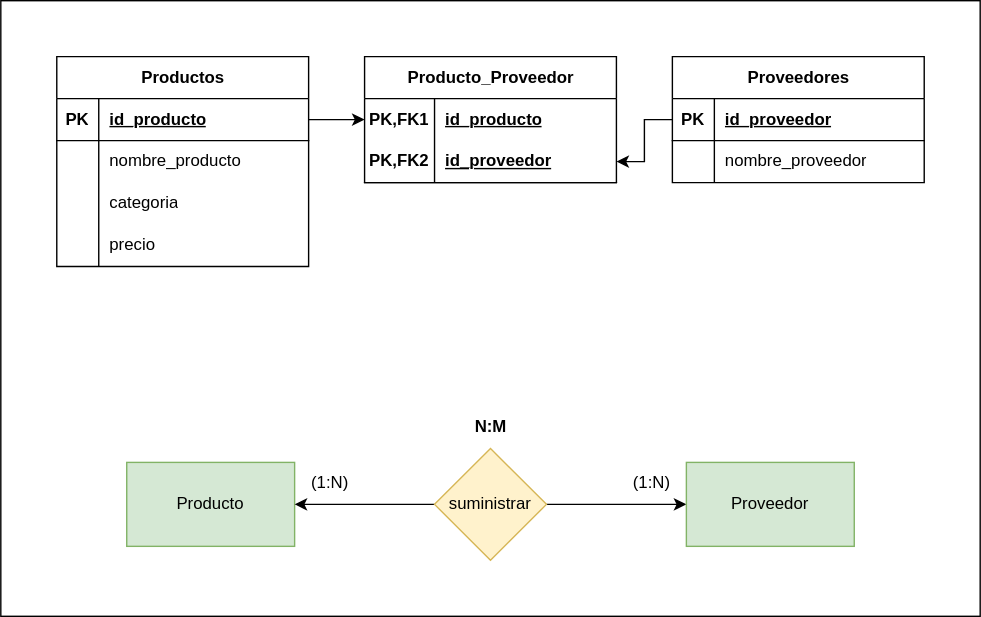
This is DAW/BAE/Unidad-2/Tarea-6/Assets/Diagrams/Exported/lista_de_productos.drawio.svg from FJrodafo/University, a draw.io export, as it was before one commit. Source tidied: cells renumbered, new cells last; positions are measured from the earlier drawing's top-left corner, leaving out a move shared by most shapes.
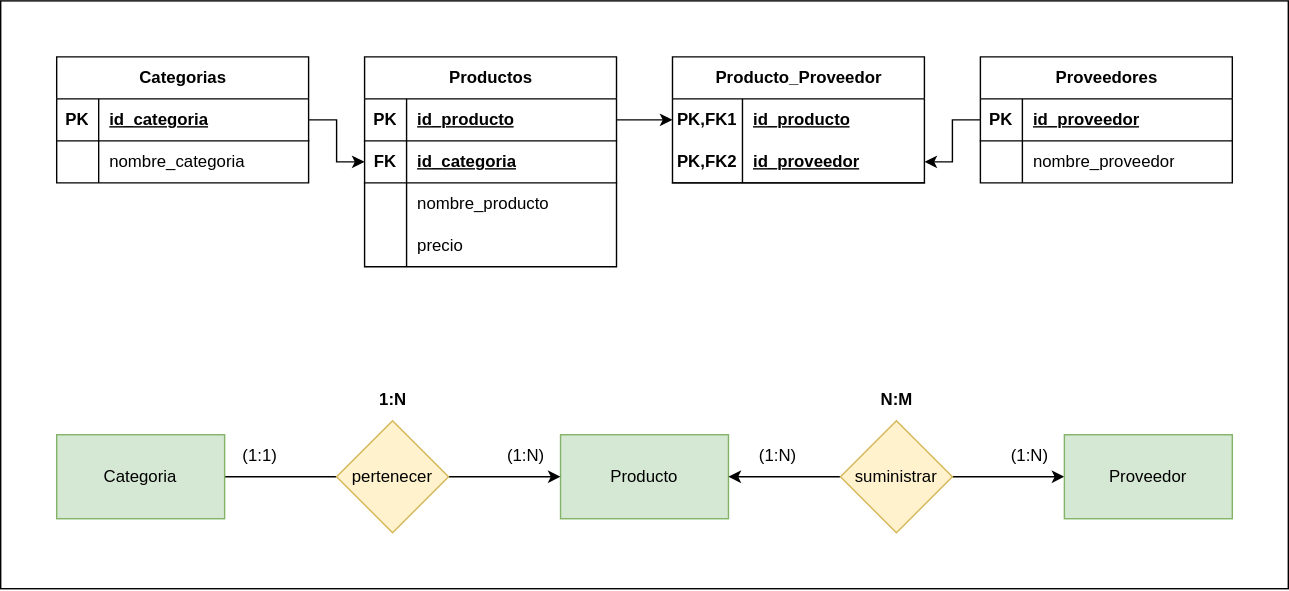
Later version of the same file.

Diff of the diagram source:
```diff
@@ -2,29 +2,29 @@
   <root>
     <mxCell id="0" />
     <mxCell id="1" parent="0" />
-    <mxCell id="2" style="group;" parent="1" vertex="1">
-      <mxGeometry width="700" height="440" as="geometry" />
-    </mxCell>
-    <mxCell id="3" style="rounded=0;whiteSpace=wrap;html=1;" parent="2" vertex="1">
-      <mxGeometry width="700" height="440" as="geometry" />
-    </mxCell>
+    <mxCell id="41" style="group;" parent="1" vertex="1">
+      <mxGeometry width="920" height="420" as="geometry" />
+    </mxCell>
+    <mxCell id="42" style="rounded=0;whiteSpace=wrap;html=1;" parent="41" vertex="1">
+      <mxGeometry width="920" height="420" as="geometry" />
+    </mxCell>
-    <mxCell id="4" value="Producto" style="rounded=0;whiteSpace=wrap;html=1;fillColor=#d5e8d4;strokeColor=#82b366;" parent="2" vertex="1">
-      <mxGeometry x="90" y="330" width="120" height="60" as="geometry" />
+    <mxCell id="4" value="Producto" style="rounded=0;whiteSpace=wrap;html=1;fillColor=#d5e8d4;strokeColor=#82b366;" parent="41" vertex="1">
+      <mxGeometry x="400" y="310" width="120" height="60" as="geometry" />
     </mxCell>
-    <mxCell id="5" style="edgeStyle=orthogonalEdgeStyle;rounded=0;jettySize=auto;html=1;exitX=0;exitY=0.5;exitDx=0;exitDy=0;entryX=1;entryY=0.5;entryDx=0;entryDy=0;" parent="2" edge="1" source="7" target="4">
+    <mxCell id="5" style="edgeStyle=orthogonalEdgeStyle;rounded=0;jettySize=auto;html=1;exitX=0;exitY=0.5;exitDx=0;exitDy=0;entryX=1;entryY=0.5;entryDx=0;entryDy=0;" parent="41" edge="1" source="7" target="4">
       <mxGeometry relative="1" as="geometry" />
     </mxCell>
-    <mxCell id="6" style="edgeStyle=orthogonalEdgeStyle;rounded=0;jettySize=auto;html=1;exitX=1;exitY=0.5;exitDx=0;exitDy=0;entryX=0;entryY=0.5;entryDx=0;entryDy=0;" parent="2" edge="1" source="7" target="8">
+    <mxCell id="6" style="edgeStyle=orthogonalEdgeStyle;rounded=0;jettySize=auto;html=1;exitX=1;exitY=0.5;exitDx=0;exitDy=0;entryX=0;entryY=0.5;entryDx=0;entryDy=0;" parent="41" edge="1" source="7" target="8">
       <mxGeometry relative="1" as="geometry" />
     </mxCell>
-    <mxCell id="7" value="suministrar" style="rhombus;whiteSpace=wrap;html=1;fillColor=#fff2cc;strokeColor=#d6b656;" parent="2" vertex="1">
-      <mxGeometry x="310" y="320" width="80" height="80" as="geometry" />
+    <mxCell id="7" value="suministrar" style="rhombus;whiteSpace=wrap;html=1;fillColor=#fff2cc;strokeColor=#d6b656;" parent="41" vertex="1">
+      <mxGeometry x="600" y="300" width="80" height="80" as="geometry" />
     </mxCell>
-    <mxCell id="8" value="Proveedor" style="rounded=0;whiteSpace=wrap;html=1;fillColor=#d5e8d4;strokeColor=#82b366;" parent="2" vertex="1">
-      <mxGeometry x="490" y="330" width="120" height="60" as="geometry" />
+    <mxCell id="8" value="Proveedor" style="rounded=0;whiteSpace=wrap;html=1;fillColor=#d5e8d4;strokeColor=#82b366;" parent="41" vertex="1">
+      <mxGeometry x="760" y="310" width="120" height="60" as="geometry" />
     </mxCell>
-    <mxCell id="9" value="Productos" style="shape=table;startSize=30;rowLines=0;fontStyle=1;align=center;html=1;" parent="2" vertex="1">
-      <mxGeometry x="40" y="40" width="180" height="150" as="geometry" />
+    <mxCell id="9" value="Productos" style="shape=table;startSize=30;rowLines=0;fontStyle=1;align=center;html=1;" parent="41" vertex="1">
+      <mxGeometry x="260" y="40" width="180" height="150" as="geometry" />
     </mxCell>
     <mxCell id="10" style="shape=tableRow;horizontal=0;startSize=0;swimlaneHead=0;swimlaneBody=0;fillColor=none;points=[[0,0.5],[1,0.5]];portConstraint=eastwest;top=0;left=0;right=0;bottom=1;" parent="9" vertex="1">
       <mxGeometry y="30" width="180" height="30" as="geometry" />
@@ -35,8 +35,17 @@
     <mxCell id="12" value="id_producto" style="shape=partialRectangle;fillColor=none;top=0;left=0;bottom=0;right=0;align=left;spacingLeft=6;fontStyle=5;overflow=hidden;whiteSpace=wrap;html=1;" parent="10" vertex="1">
       <mxGeometry x="30" width="150" height="30" as="geometry" />
     </mxCell>
+    <mxCell id="43" style="shape=tableRow;horizontal=0;startSize=0;swimlaneHead=0;swimlaneBody=0;fillColor=none;points=[[0,0.5],[1,0.5]];portConstraint=eastwest;top=0;left=0;right=0;bottom=1;" parent="9" vertex="1">
+      <mxGeometry y="60" width="180" height="30" as="geometry" />
+    </mxCell>
+    <mxCell id="44" value="FK" style="shape=partialRectangle;fillColor=none;top=0;left=0;bottom=0;right=0;fontStyle=1;overflow=hidden;whiteSpace=wrap;html=1;" parent="43" vertex="1">
+      <mxGeometry width="30" height="30" as="geometry" />
+    </mxCell>
+    <mxCell id="45" value="id_categoria" style="shape=partialRectangle;fillColor=none;top=0;left=0;bottom=0;right=0;align=left;spacingLeft=6;fontStyle=5;overflow=hidden;whiteSpace=wrap;html=1;" parent="43" vertex="1">
+      <mxGeometry x="30" width="150" height="30" as="geometry" />
+    </mxCell>
     <mxCell id="13" style="shape=tableRow;horizontal=0;startSize=0;swimlaneHead=0;swimlaneBody=0;fillColor=none;top=0;left=0;right=0;bottom=0;" parent="9" vertex="1">
-      <mxGeometry y="60" width="180" height="30" as="geometry" />
+      <mxGeometry y="90" width="180" height="30" as="geometry" />
     </mxCell>
     <mxCell id="14" style="shape=partialRectangle;fillColor=none;top=0;left=0;bottom=0;right=0;overflow=hidden;whiteSpace=wrap;html=1;" parent="13" vertex="1">
       <mxGeometry width="30" height="30" as="geometry" />
@@ -44,15 +53,6 @@
     <mxCell id="15" value="nombre_producto" style="shape=partialRectangle;fillColor=none;top=0;left=0;bottom=0;right=0;align=left;spacingLeft=6;overflow=hidden;whiteSpace=wrap;html=1;" parent="13" vertex="1">
       <mxGeometry x="30" width="150" height="30" as="geometry" />
     </mxCell>
-    <mxCell id="16" style="shape=tableRow;horizontal=0;startSize=0;swimlaneHead=0;swimlaneBody=0;fillColor=none;top=0;left=0;right=0;bottom=0;" parent="9" vertex="1">
-      <mxGeometry y="90" width="180" height="30" as="geometry" />
-    </mxCell>
-    <mxCell id="17" style="shape=partialRectangle;fillColor=none;top=0;left=0;bottom=0;right=0;overflow=hidden;whiteSpace=wrap;html=1;" parent="16" vertex="1">
-      <mxGeometry width="30" height="30" as="geometry" />
-    </mxCell>
-    <mxCell id="18" value="categoria" style="shape=partialRectangle;fillColor=none;top=0;left=0;bottom=0;right=0;align=left;spacingLeft=6;overflow=hidden;whiteSpace=wrap;html=1;" parent="16" vertex="1">
-      <mxGeometry x="30" width="150" height="30" as="geometry" />
-    </mxCell>
     <mxCell id="19" style="shape=tableRow;horizontal=0;startSize=0;swimlaneHead=0;swimlaneBody=0;fillColor=none;top=0;left=0;right=0;bottom=0;" parent="9" vertex="1">
       <mxGeometry y="120" width="180" height="30" as="geometry" />
     </mxCell>
@@ -62,17 +62,17 @@
     <mxCell id="21" value="precio" style="shape=partialRectangle;fillColor=none;top=0;left=0;bottom=0;right=0;align=left;spacingLeft=6;overflow=hidden;whiteSpace=wrap;html=1;" parent="19" vertex="1">
       <mxGeometry x="30" width="150" height="30" as="geometry" />
     </mxCell>
-    <mxCell id="22" value="(1:N)" style="text;html=1;align=center;verticalAlign=middle;strokeColor=none;fillColor=none;" parent="2" vertex="1">
-      <mxGeometry x="440" y="330" width="50" height="30" as="geometry" />
+    <mxCell id="22" value="(1:N)" style="text;html=1;align=center;verticalAlign=middle;strokeColor=none;fillColor=none;" parent="41" vertex="1">
+      <mxGeometry x="710" y="310" width="50" height="30" as="geometry" />
     </mxCell>
-    <mxCell id="23" value="(1:N)" style="text;html=1;align=center;verticalAlign=middle;strokeColor=none;fillColor=none;" parent="2" vertex="1">
-      <mxGeometry x="210" y="330" width="50" height="30" as="geometry" />
+    <mxCell id="23" value="(1:N)" style="text;html=1;align=center;verticalAlign=middle;strokeColor=none;fillColor=none;" parent="41" vertex="1">
+      <mxGeometry x="530" y="310" width="50" height="30" as="geometry" />
     </mxCell>
-    <mxCell id="24" value="N:M" style="text;html=1;align=center;verticalAlign=middle;strokeColor=none;fillColor=none;fontStyle=1;" parent="2" vertex="1">
-      <mxGeometry x="325" y="290" width="50" height="30" as="geometry" />
+    <mxCell id="24" value="N:M" style="text;html=1;align=center;verticalAlign=middle;strokeColor=none;fillColor=none;fontStyle=1;" parent="41" vertex="1">
+      <mxGeometry x="615" y="270" width="50" height="30" as="geometry" />
     </mxCell>
-    <mxCell id="25" value="Producto_Proveedor" style="shape=table;startSize=30;rowLines=0;fontStyle=1;align=center;html=1;" parent="2" vertex="1">
-      <mxGeometry x="260" y="40" width="180" height="90" as="geometry" />
+    <mxCell id="25" value="Producto_Proveedor" style="shape=table;startSize=30;rowLines=0;fontStyle=1;align=center;html=1;" parent="41" vertex="1">
+      <mxGeometry x="480" y="40" width="180" height="90" as="geometry" />
     </mxCell>
     <mxCell id="26" style="shape=tableRow;horizontal=0;startSize=0;swimlaneHead=0;swimlaneBody=0;fillColor=none;points=[[0,0.5],[1,0.5]];portConstraint=eastwest;top=0;left=0;right=0;bottom=0;" parent="25" vertex="1">
       <mxGeometry y="30" width="180" height="30" as="geometry" />
@@ -92,8 +92,8 @@
     <mxCell id="31" value="id_proveedor" style="shape=partialRectangle;fillColor=none;top=0;left=0;bottom=0;right=0;align=left;spacingLeft=6;fontStyle=5;overflow=hidden;whiteSpace=wrap;html=1;" parent="29" vertex="1">
       <mxGeometry x="50" width="130" height="30" as="geometry" />
     </mxCell>
-    <mxCell id="32" value="Proveedores" style="shape=table;startSize=30;rowLines=0;fontStyle=1;align=center;html=1;" parent="2" vertex="1">
-      <mxGeometry x="480" y="40" width="180" height="90" as="geometry" />
+    <mxCell id="32" value="Proveedores" style="shape=table;startSize=30;rowLines=0;fontStyle=1;align=center;html=1;" parent="41" vertex="1">
+      <mxGeometry x="700" y="40" width="180" height="90" as="geometry" />
     </mxCell>
     <mxCell id="33" style="shape=tableRow;horizontal=0;startSize=0;swimlaneHead=0;swimlaneBody=0;fillColor=none;points=[[0,0.5],[1,0.5]];portConstraint=eastwest;top=0;left=0;right=0;bottom=1;" parent="32" vertex="1">
       <mxGeometry y="30" width="180" height="30" as="geometry" />
@@ -113,11 +113,56 @@
     <mxCell id="38" value="nombre_proveedor" style="shape=partialRectangle;fillColor=none;top=0;left=0;bottom=0;right=0;align=left;spacingLeft=6;overflow=hidden;whiteSpace=wrap;html=1;" parent="36" vertex="1">
       <mxGeometry x="30" width="150" height="30" as="geometry" />
     </mxCell>
-    <mxCell id="39" style="edgeStyle=orthogonalEdgeStyle;rounded=0;jettySize=auto;html=1;exitX=0;exitY=0.5;exitDx=0;exitDy=0;entryX=1;entryY=0.5;entryDx=0;entryDy=0;" parent="2" edge="1" source="33" target="29">
+    <mxCell id="39" style="edgeStyle=orthogonalEdgeStyle;rounded=0;jettySize=auto;html=1;exitX=0;exitY=0.5;exitDx=0;exitDy=0;entryX=1;entryY=0.5;entryDx=0;entryDy=0;" parent="41" edge="1" source="33" target="29">
       <mxGeometry relative="1" as="geometry" />
     </mxCell>
-    <mxCell id="40" style="edgeStyle=orthogonalEdgeStyle;rounded=0;jettySize=auto;html=1;exitX=1;exitY=0.5;exitDx=0;exitDy=0;entryX=0;entryY=0.5;entryDx=0;entryDy=0;" parent="2" edge="1" source="10" target="26">
+    <mxCell id="40" style="edgeStyle=orthogonalEdgeStyle;rounded=0;jettySize=auto;html=1;exitX=1;exitY=0.5;exitDx=0;exitDy=0;entryX=0;entryY=0.5;entryDx=0;entryDy=0;" parent="41" edge="1" source="10" target="26">
       <mxGeometry relative="1" as="geometry" />
     </mxCell>
+    <mxCell id="46" style="edgeStyle=orthogonalEdgeStyle;rounded=0;jettySize=auto;html=1;exitX=1;exitY=0.5;exitDx=0;exitDy=0;entryX=0;entryY=0.5;entryDx=0;entryDy=0;" parent="41" edge="1" source="47" target="43">
+      <mxGeometry relative="1" as="geometry" />
+    </mxCell>
+    <mxCell id="47" value="Categorias" style="shape=table;startSize=30;rowLines=0;fontStyle=1;align=center;html=1;" parent="41" vertex="1">
+      <mxGeometry x="40" y="40" width="180" height="90" as="geometry" />
+    </mxCell>
+    <mxCell id="48" style="shape=tableRow;horizontal=0;startSize=0;swimlaneHead=0;swimlaneBody=0;fillColor=none;top=0;left=0;right=0;bottom=1;" parent="47" vertex="1">
+      <mxGeometry y="30" width="180" height="30" as="geometry" />
+    </mxCell>
+    <mxCell id="49" value="PK" style="shape=partialRectangle;fillColor=none;top=0;left=0;bottom=0;right=0;fontStyle=1;overflow=hidden;whiteSpace=wrap;html=1;" parent="48" vertex="1">
+      <mxGeometry width="30" height="30" as="geometry" />
+    </mxCell>
+    <mxCell id="50" value="id_categoria" style="shape=partialRectangle;fillColor=none;top=0;left=0;bottom=0;right=0;align=left;spacingLeft=6;fontStyle=5;overflow=hidden;whiteSpace=wrap;html=1;" parent="48" vertex="1">
+      <mxGeometry x="30" width="150" height="30" as="geometry" />
+    </mxCell>
+    <mxCell id="51" style="shape=tableRow;horizontal=0;startSize=0;swimlaneHead=0;swimlaneBody=0;fillColor=none;top=0;left=0;right=0;bottom=0;" parent="47" vertex="1">
+      <mxGeometry y="60" width="180" height="30" as="geometry" />
+    </mxCell>
+    <mxCell id="17" style="shape=partialRectangle;fillColor=none;top=0;left=0;bottom=0;right=0;overflow=hidden;whiteSpace=wrap;html=1;" parent="51" vertex="1">
+      <mxGeometry width="30" height="30" as="geometry" />
+    </mxCell>
+    <mxCell id="52" value="nombre_categoria" style="shape=partialRectangle;fillColor=none;top=0;left=0;bottom=0;right=0;align=left;spacingLeft=6;overflow=hidden;whiteSpace=wrap;html=1;" parent="51" vertex="1">
+      <mxGeometry x="30" width="150" height="30" as="geometry" />
+    </mxCell>
+    <mxCell id="53" style="edgeStyle=orthogonalEdgeStyle;rounded=0;jettySize=auto;html=1;exitX=0;exitY=0.5;exitDx=0;exitDy=0;entryX=1;entryY=0.5;entryDx=0;entryDy=0;endArrow=none;startFill=0;" parent="41" edge="1" source="55" target="56">
+      <mxGeometry relative="1" as="geometry" />
+    </mxCell>
+    <mxCell id="54" style="edgeStyle=orthogonalEdgeStyle;rounded=0;jettySize=auto;html=1;exitX=1;exitY=0.5;exitDx=0;exitDy=0;entryX=0;entryY=0.5;entryDx=0;entryDy=0;" parent="41" edge="1" source="55" target="4">
+      <mxGeometry relative="1" as="geometry" />
+    </mxCell>
+    <mxCell id="55" value="pertenecer" style="rhombus;whiteSpace=wrap;html=1;fillColor=#fff2cc;strokeColor=#d6b656;" parent="41" vertex="1">
+      <mxGeometry x="240" y="300" width="80" height="80" as="geometry" />
+    </mxCell>
+    <mxCell id="56" value="Categoria" style="rounded=0;whiteSpace=wrap;html=1;fillColor=#d5e8d4;strokeColor=#82b366;" parent="41" vertex="1">
+      <mxGeometry x="40" y="310" width="120" height="60" as="geometry" />
+    </mxCell>
+    <mxCell id="57" value="(1:1)" style="text;html=1;align=center;verticalAlign=middle;strokeColor=none;fillColor=none;" parent="41" vertex="1">
+      <mxGeometry x="160" y="310" width="50" height="30" as="geometry" />
+    </mxCell>
+    <mxCell id="58" value="(1:N)" style="text;html=1;align=center;verticalAlign=middle;strokeColor=none;fillColor=none;" parent="41" vertex="1">
+      <mxGeometry x="350" y="310" width="50" height="30" as="geometry" />
+    </mxCell>
+    <mxCell id="59" value="1:N" style="text;html=1;align=center;verticalAlign=middle;strokeColor=none;fillColor=none;fontStyle=1;" parent="41" vertex="1">
+      <mxGeometry x="260" y="270" width="40" height="30" as="geometry" />
+    </mxCell>
   </root>
 </mxGraphModel>
```
